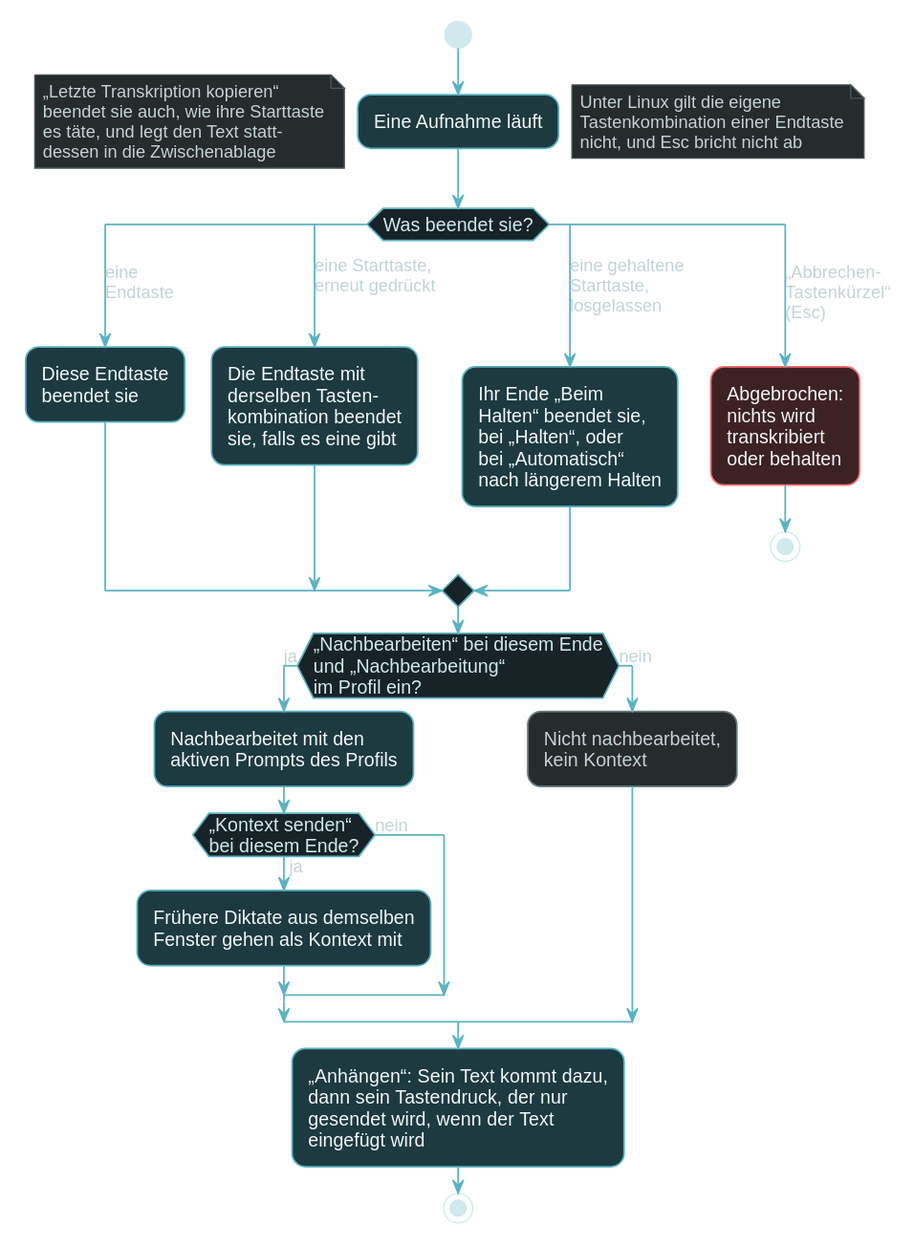
Above: docs/manual/public/diagrams/de/how-a-recording-ends.dark.svg in yaccob/DanyWhere (PlantUML), before the change.
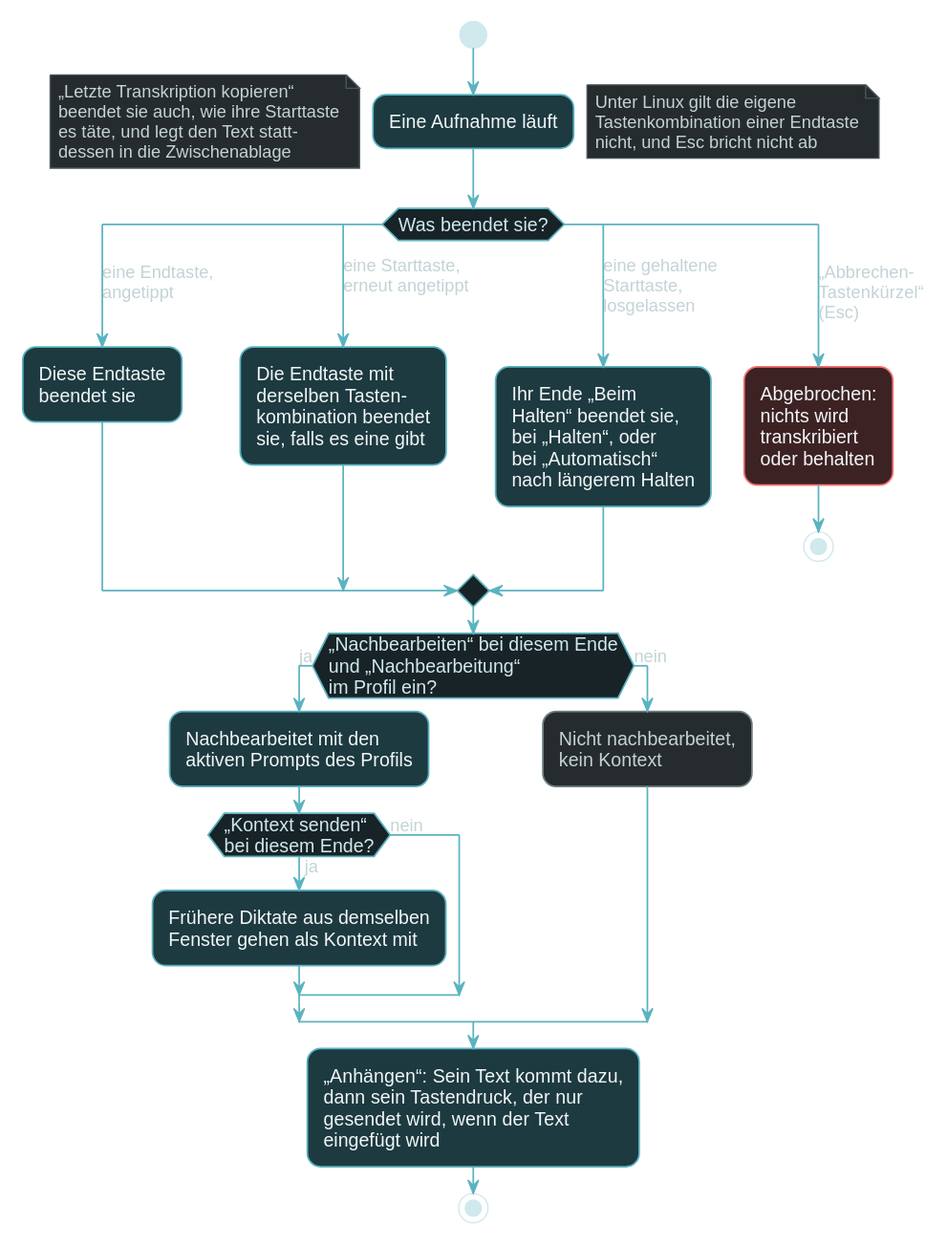
The same diagram one commit later.

Change to the diagram source:
```diff
@@ -5,9 +5,9 @@
 !$noteCopy = "„Letzte Transkription kopieren“\nbeendet sie auch, wie ihre Starttaste\nes täte, und legt den Text statt-\ndessen in die Zwischenablage"
 !$noteLinux = "Unter Linux gilt die eigene\nTastenkombination einer Endtaste\nnicht, und Esc bricht nicht ab"
 !$qWhat = "Was beendet sie?"
-!$aEndKey = "eine\nEndtaste"
+!$aEndKey = "eine Endtaste,\nangetippt"
 !$endKey = "Diese Endtaste\nbeendet sie"
-!$aStartAgain = "eine Starttaste,\nerneut gedrückt"
+!$aStartAgain = "eine Starttaste,\nerneut angetippt"
 !$startAgain = "Die Endtaste mit\nderselben Tasten-\nkombination beendet\nsie, falls es eine gibt"
 !$aReleased = "eine gehaltene\nStarttaste,\nlosgelassen"
 !$held = "Ihr Ende „Beim\nHalten“ beendet sie,\nbei „Halten“, oder\nbei „Automatisch“\nnach längerem Halten"
```
